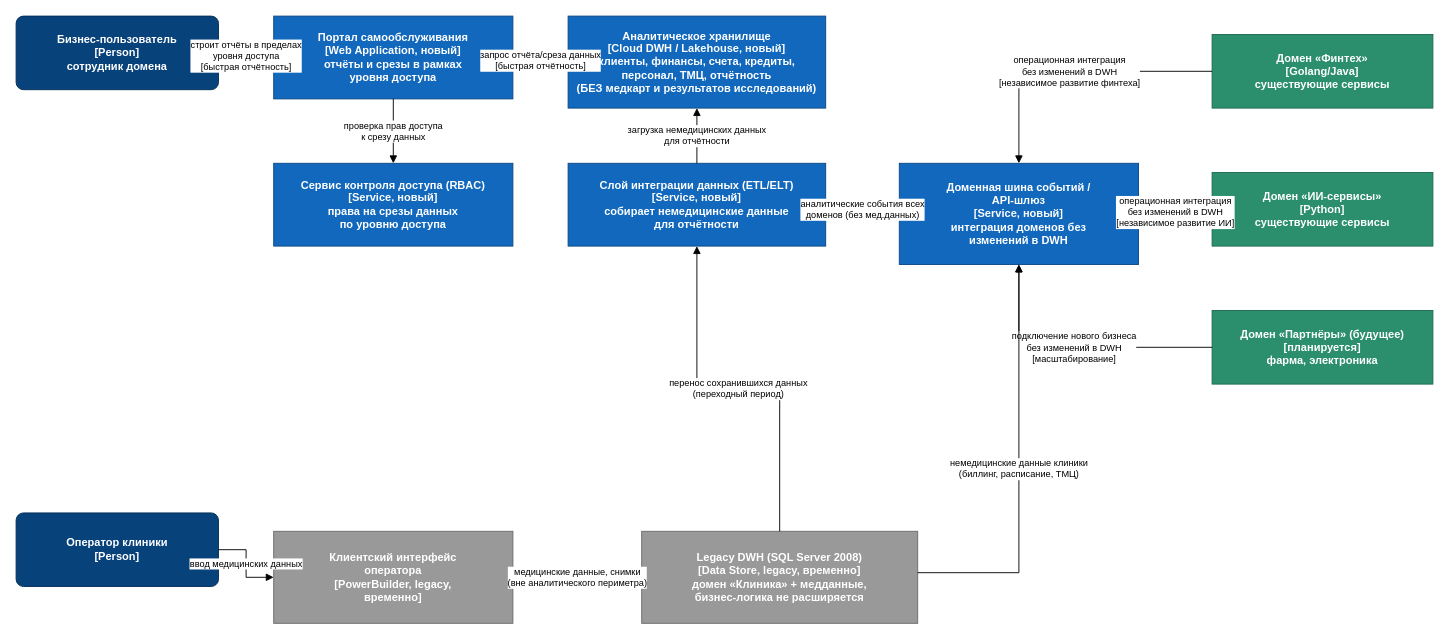
Earlier version of the draw.io diagram Task1/C4-Container-target.drawio (viktor-zhokhov/architecture-future_2_0). Source tidied: cells renumbered, new cells numbered last; positions are measured from the earlier drawing's top-left corner, leaving out a move shared by most shapes. Both pictures are drawn from the tidied source at 92%, with x=0, y=0 at pixel (16, 16).
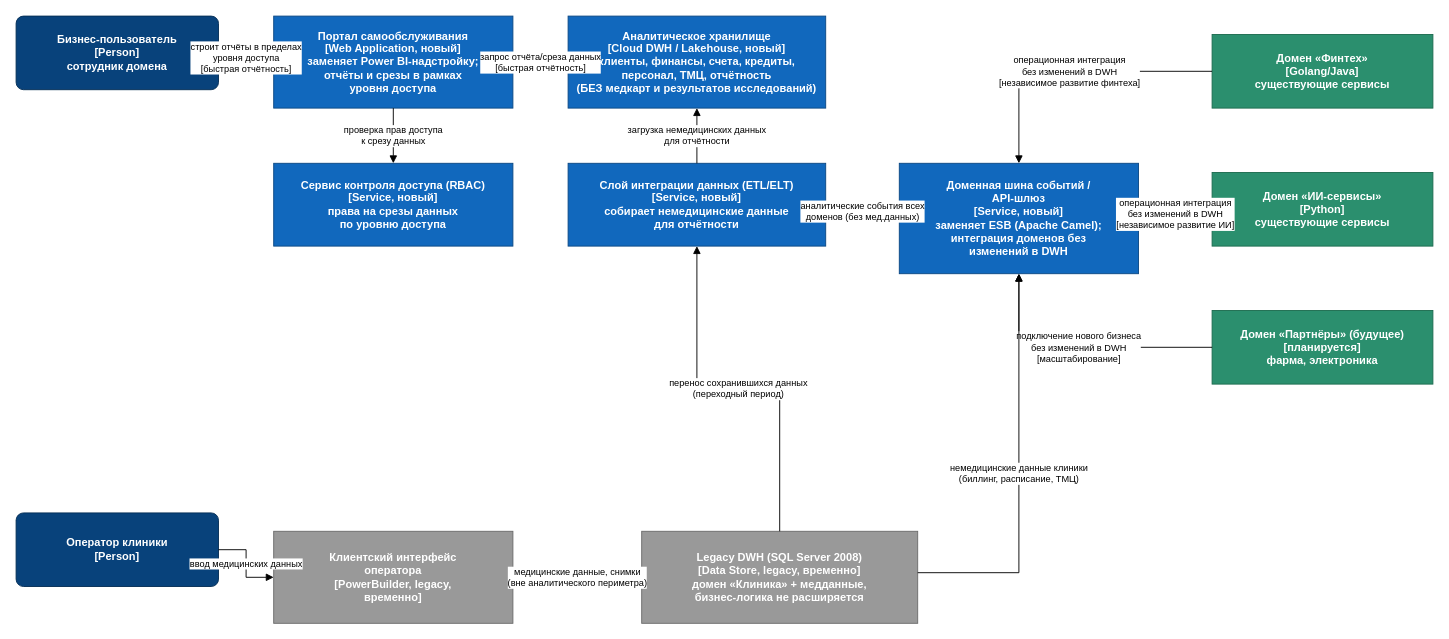
After the change.

Commit message (it also covers changes not shown here):
Задание 1: правки по ревью — явное обоснование замены ESB и Power BI (весомое обоснование для отказа от легаси)

Diff of the diagram source:
```diff
@@
-    <mxCell id="4" value="Портал самообслуживания&#10;[Web Application, новый]&#10;отчёты и срезы в рамках&#10;уровня доступа" style="rounded=0;whiteSpace=wrap;html=1;fillColor=#1168bd;strokeColor=#0b4884;fontColor=#ffffff;fontSize=12;fontStyle=1;verticalAlign=middle;align=center;" parent="1" vertex="1">
-      <mxGeometry x="280" width="260" height="90" as="geometry" />
+    <mxCell id="4" value="Портал самообслуживания&#10;[Web Application, новый]&#10;заменяет Power BI-надстройку;&#10;отчёты и срезы в рамках&#10;уровня доступа" style="rounded=0;whiteSpace=wrap;html=1;fillColor=#1168bd;strokeColor=#0b4884;fontColor=#ffffff;fontSize=12;fontStyle=1;verticalAlign=middle;align=center;" parent="1" vertex="1">
+      <mxGeometry x="280" width="260" height="100" as="geometry" />
     </mxCell>
@@
-    <mxCell id="8" value="Доменная шина событий /&#10;API-шлюз&#10;[Service, новый]&#10;интеграция доменов без&#10;изменений в DWH" style="rounded=0;whiteSpace=wrap;html=1;fillColor=#1168bd;strokeColor=#0b4884;fontColor=#ffffff;fontSize=12;fontStyle=1;verticalAlign=middle;align=center;" parent="1" vertex="1">
-      <mxGeometry x="960" y="160" width="260" height="110" as="geometry" />
+    <mxCell id="8" value="Доменная шина событий /&#10;API-шлюз&#10;[Service, новый]&#10;заменяет ESB (Apache Camel);&#10;интеграция доменов без&#10;изменений в DWH" style="rounded=0;whiteSpace=wrap;html=1;fillColor=#1168bd;strokeColor=#0b4884;fontColor=#ffffff;fontSize=12;fontStyle=1;verticalAlign=middle;align=center;" parent="1" vertex="1">
+      <mxGeometry x="960" y="160" width="260" height="120" as="geometry" />
     </mxCell>
```
